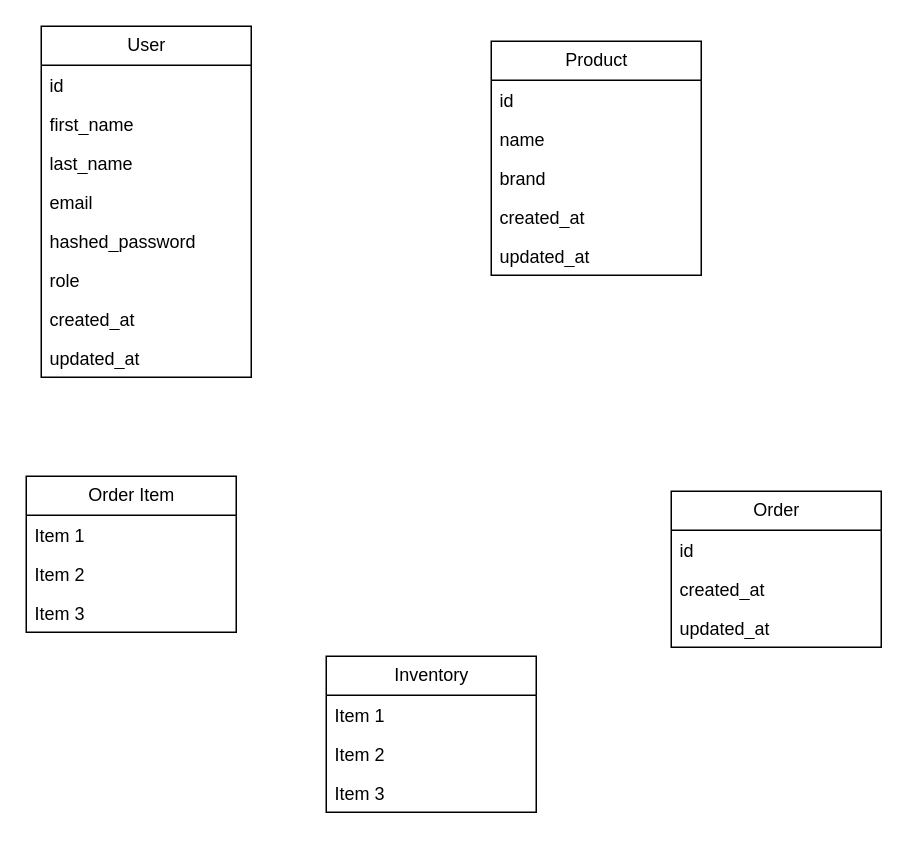
Earlier version of the draw.io diagram diagrams/erd.drawio (hoangchitrung/pc-store-ecommerce-website). Source tidied: cells renumbered, new cells numbered last; positions are measured from the earlier drawing's top-left corner, leaving out a move shared by most shapes. Both pictures are drawn from the tidied source at 150%, with x=0, y=0 at pixel (26, 26).
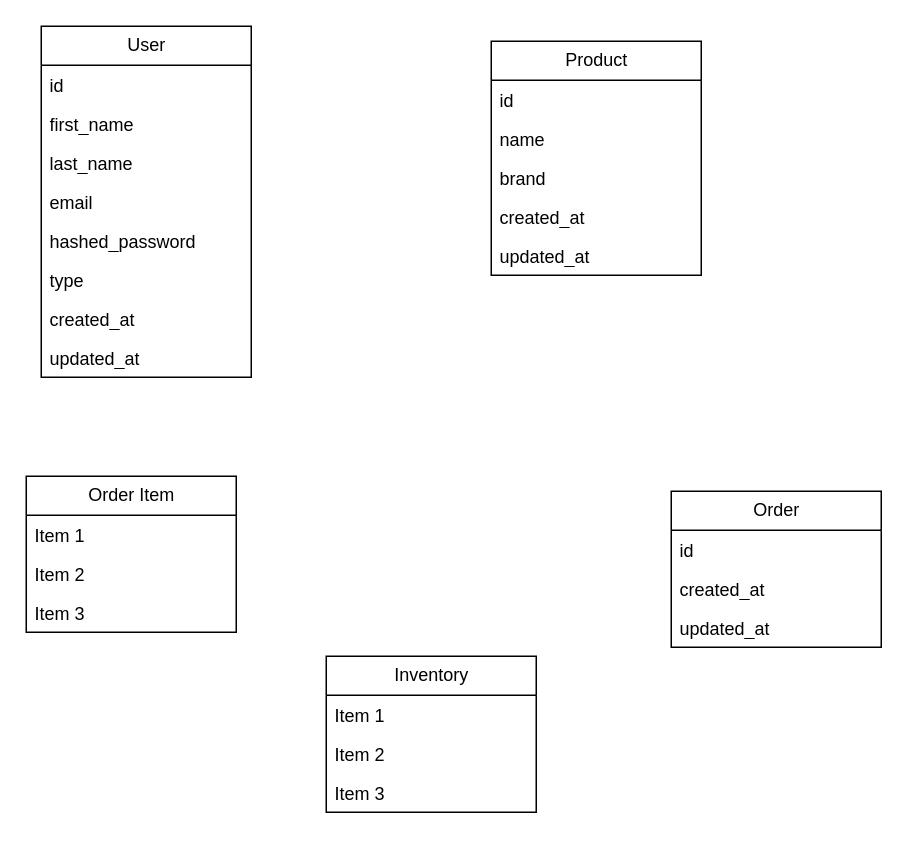
The same diagram, later.

Commit message:
Refactor ERD diagram for improved clarity and consistency

The change refers to these unchanged cells:
```xml
<mxCell id="2" value="User" style="swimlane;fontStyle=0;horizontal=1;startSize=26;fillColor=none;html=1;" parent="1" vertex="1">
  <mxGeometry x="10" width="140" height="234" as="geometry" />
</mxCell>
```

What changed in the source:
```diff
@@
-    <mxCell id="8" value="role" style="text;strokeColor=none;fillColor=none;align=left;verticalAlign=top;spacingLeft=4;spacingRight=4;overflow=hidden;whiteSpace=wrap;html=1;" parent="2" vertex="1">
+    <mxCell id="8" value="type" style="text;strokeColor=none;fillColor=none;align=left;verticalAlign=top;spacingLeft=4;spacingRight=4;overflow=hidden;whiteSpace=wrap;html=1;" parent="2" vertex="1">
       <mxGeometry y="156" width="140" height="26" as="geometry" />
     </mxCell>
```
